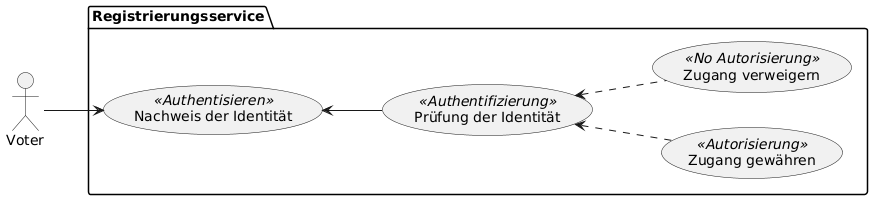
luzi41/BlockchainVotingSystem keeps this PlantUML diagram as images/Anwendungsfall_Registrierung.png. Above is the earlier version. Its diagram source:
```plantuml
@startuml
left to right direction
actor Voter as v

package Registrierungsservice {
  usecase (Nachweis der Identität) << Authentisieren >>    as UC1
  usecase (Prüfung der Identität)  << Authentifizierung >> as UC2
  usecase (Zugang gewähren)        << Autorisierung >>     as UC3
  usecase (Zugang verweigern)      << No Autorisierung >>     as UC4
}

v --> UC1
UC1 <-- UC2
UC2 <.. UC3
UC2 <.. UC4
@enduml
```
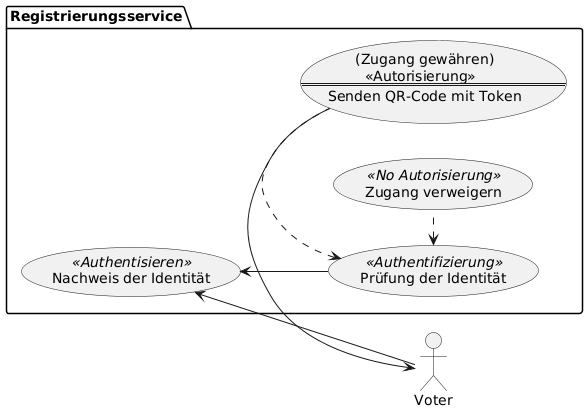
After the change.

What changed in the source:
```diff
@@ -1,16 +1,21 @@
 @startuml
 left to right direction
+
 actor Voter as v
 
 package Registrierungsservice {
   usecase (Nachweis der Identität) << Authentisieren >>    as UC1
   usecase (Prüfung der Identität)  << Authentifizierung >> as UC2
-  usecase (Zugang gewähren)        << Autorisierung >>     as UC3
+  usecase UC3 as "(Zugang gewähren)
+          << Autorisierung >>
+          ====
+          Senden QR-Code mit Token"
   usecase (Zugang verweigern)      << No Autorisierung >>     as UC4
 }
 
 v --> UC1
+UC3 -> v
 UC1 <-- UC2
-UC2 <.. UC3
-UC2 <.. UC4
+UC2 <. UC4
+UC2 <. UC3
 @enduml
```
